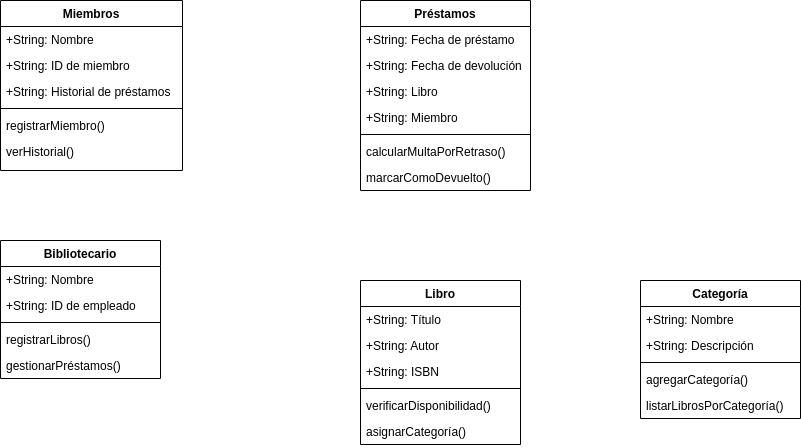
Before: Diagrama2.png, a diagram exported from draw.io (aday-ctr/clases). Source tidied: cells renumbered, new cells last; positions are measured from the earlier drawing's top-left corner, leaving out a move shared by most shapes.
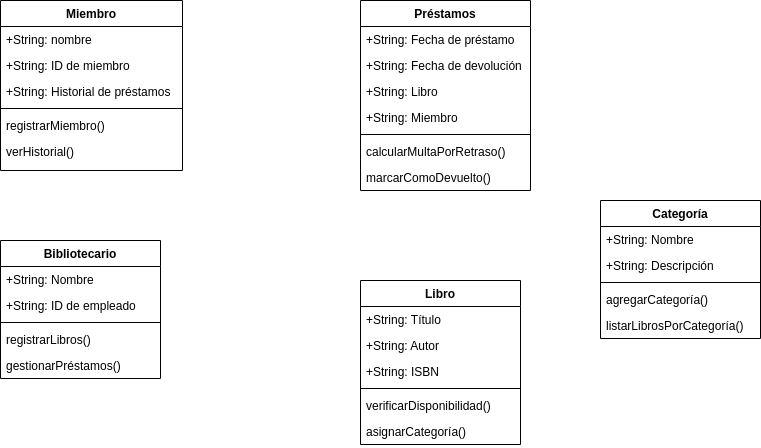
After the commit.

What changed in the source:
```diff
@@ -47,10 +47,10 @@
     <mxCell id="16" value="marcarComoDevuelto()" style="text;align=left;verticalAlign=top;spacingLeft=4;spacingRight=4;overflow=hidden;" parent="9" vertex="1">
       <mxGeometry y="164" width="170" height="26" as="geometry" />
     </mxCell>
-    <mxCell id="17" value="Miembros" style="swimlane;fontStyle=1;align=center;verticalAlign=top;horizontal=1;startSize=26;rounded=0;shadow=0;strokeWidth=1;" parent="1" vertex="1">
+    <mxCell id="17" value="Miembro" style="swimlane;fontStyle=1;align=center;verticalAlign=top;horizontal=1;startSize=26;rounded=0;shadow=0;strokeWidth=1;" parent="1" vertex="1">
       <mxGeometry width="182" height="170" as="geometry" />
     </mxCell>
-    <mxCell id="18" value="+String: Nombre" style="text;align=left;verticalAlign=top;spacingLeft=4;spacingRight=4;overflow=hidden;" parent="17" vertex="1">
+    <mxCell id="18" value="+String: nombre" style="text;align=left;verticalAlign=top;spacingLeft=4;spacingRight=4;overflow=hidden;" parent="17" vertex="1">
       <mxGeometry y="26" width="182" height="26" as="geometry" />
     </mxCell>
     <mxCell id="19" value="+String: ID de miembro" style="text;align=left;verticalAlign=top;spacingLeft=4;spacingRight=4;overflow=hidden;rounded=0;shadow=0;html=0;" parent="17" vertex="1">
@@ -87,7 +87,7 @@
       <mxGeometry y="112" width="160" height="26" as="geometry" />
     </mxCell>
     <mxCell id="30" value="Categoría" style="swimlane;fontStyle=1;align=center;verticalAlign=top;horizontal=1;startSize=26;whiteSpace=wrap;html=1;" parent="1" vertex="1">
-      <mxGeometry x="640" y="280" width="160" height="138" as="geometry" />
+      <mxGeometry x="600" y="200" width="160" height="138" as="geometry" />
     </mxCell>
     <mxCell id="31" value="+String: Nombre" style="text;strokeColor=none;fillColor=none;align=left;verticalAlign=top;spacingLeft=4;spacingRight=4;overflow=hidden;whiteSpace=wrap;html=1;" parent="30" vertex="1">
       <mxGeometry y="26" width="160" height="26" as="geometry" />
```
